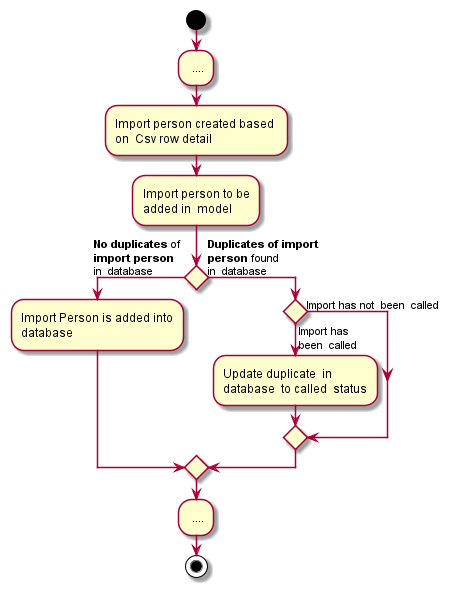
Above: docs/images/DuplicateImportDecision.png in pranav-ganesh/tp (PlantUML), before the change.
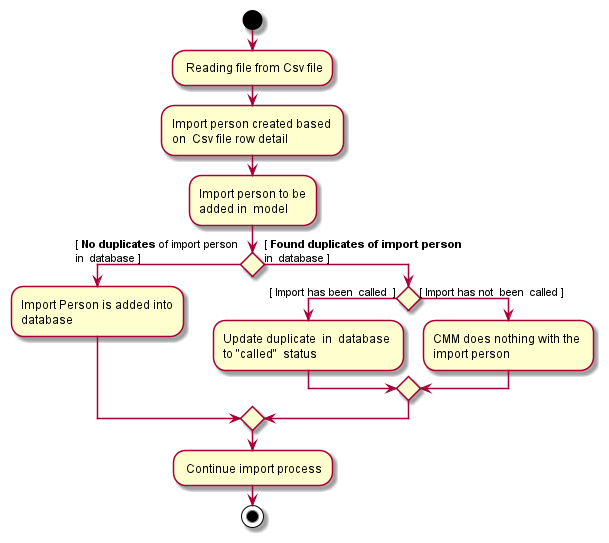
After the commit.

Change to the diagram source:
```diff
@@ -1,19 +1,20 @@
 @startuml
 
 start
-- ....
--Import person created based \non  Csv row detail
+- Reading file from Csv file
+-Import person created based \non  Csv file row detail
 
 -Import person to be\nadded in  model
-if () then (**No duplicates** of \n**import person** \nin  database)
+if () then ([ **No duplicates** of import person \nin  database ])
     :Import Person is added into\ndatabase;
-else (**Duplicates of import** \n**person** found \nin  database)
-      if () then (Import has \nbeen  called)
-        :Update duplicate  in  \ndatabase  to called  status;
-      else (Import has not  been  called)
+else ([ **Found duplicates of import person** \nin  database ])
+      if () then  ( [ Import has been  called  ])
+        :Update duplicate  in  database \nto "called"  status;
+      else ([ Import has not  been  called ])
+        :CMM does nothing with the \nimport person;
       endif
 endif
-- ....
+- Continue import process
 stop
 
 @enduml
```
